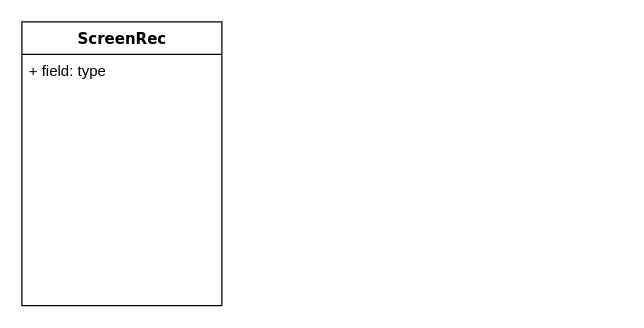
huxd1532/note keeps this draw.io diagram as 未命名绘图.drawio. Above is the earlier version. Source tidied: cells renumbered, new cells numbered last; positions are measured from the earlier drawing's top-left corner, leaving out a move shared by most shapes. Both pictures are drawn from the tidied source at 125%, with x=0, y=0 at pixel (21, 21).
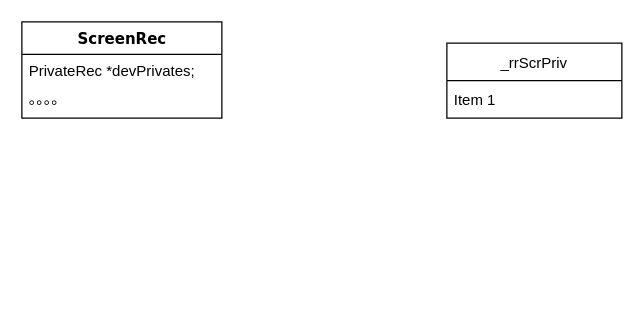
The same diagram, later.

Commit message (it also covers changes not shown here):
更新未命名绘图.drawio

What changed in the source:
```diff
@@
 <mxGraphModel>
   <root>
     <mxCell id="0" />
     <mxCell id="1" parent="0" />
     <mxCell id="2" value="ScreenRec" style="swimlane;html=1;fontStyle=1;align=center;verticalAlign=top;horizontal=1;startSize=26;swimlaneFillColor=#ffffff;rounded=0;shadow=0;comic=0;labelBackgroundColor=none;strokeWidth=1;fillColor=none;fontFamily=Verdana;fontSize=12;" parent="1" vertex="1">
-      <mxGeometry width="160" height="227" as="geometry" />
+      <mxGeometry width="160" height="77" as="geometry" />
     </mxCell>
-    <mxCell id="3" value="+ field: type" style="text;html=1;strokeColor=none;fillColor=none;align=left;verticalAlign=top;spacingLeft=4;spacingRight=4;whiteSpace=wrap;overflow=hidden;" parent="2" vertex="1">
-      <mxGeometry y="26" width="160" height="22" as="geometry" />
-    </mxCell>
+    <mxCell id="4" value="PrivateRec *devPrivates;" style="text;html=1;strokeColor=none;fillColor=none;align=left;verticalAlign=top;spacingLeft=4;spacingRight=4;whiteSpace=wrap;overflow=hidden;" parent="2" vertex="1">
+      <mxGeometry y="26" width="160" height="22" as="geometry" />
+    </mxCell>
+    <mxCell id="5" value="。。。。" style="text;html=1;strokeColor=none;fillColor=none;align=left;verticalAlign=top;spacingLeft=4;spacingRight=4;whiteSpace=wrap;overflow=hidden;" parent="2" vertex="1">
+      <mxGeometry y="48" width="160" height="22" as="geometry" />
+    </mxCell>
+    <mxCell id="6" value="_rrScrPriv" style="swimlane;fontStyle=0;horizontal=1;startSize=30;" parent="1" vertex="1">
+      <mxGeometry x="340" y="17" width="140" height="60" as="geometry" />
+    </mxCell>
+    <mxCell id="7" value="Item 1" style="text;strokeColor=none;fillColor=none;align=left;verticalAlign=middle;spacingLeft=4;spacingRight=4;overflow=hidden;" parent="6" vertex="1">
+      <mxGeometry y="30" width="140" height="30" as="geometry" />
+    </mxCell>
   </root>
 </mxGraphModel>
```
